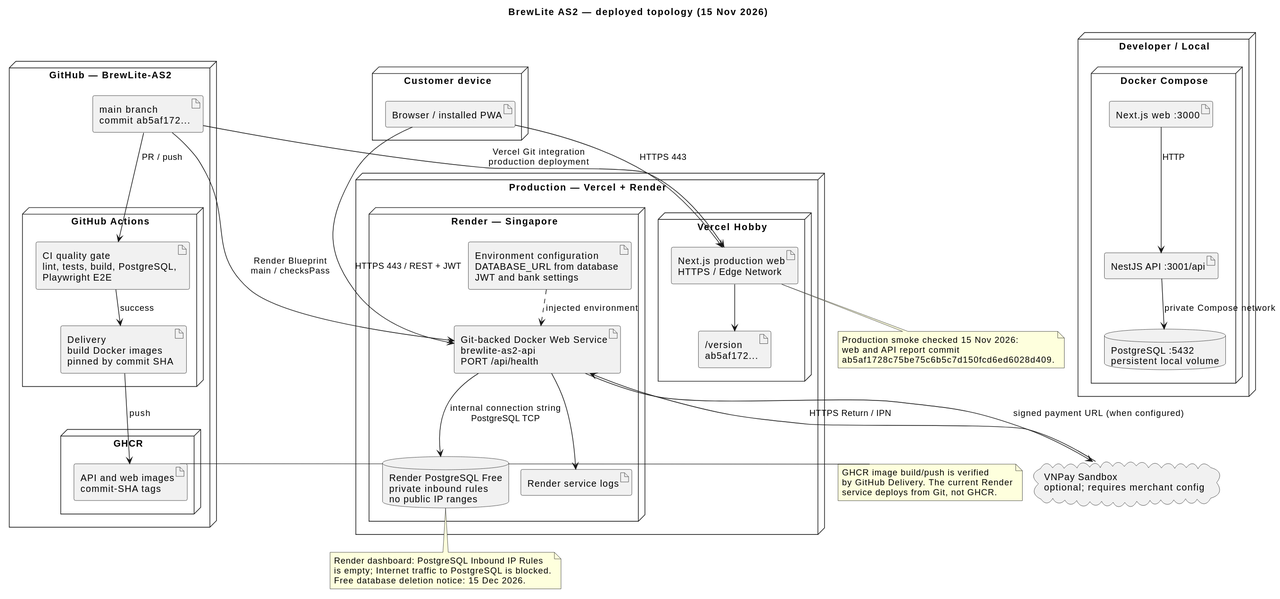
Before: docs/diagrams/deployment.svg, a diagram exported from PlantUML (https-monstiez/BrewLite-AS2).
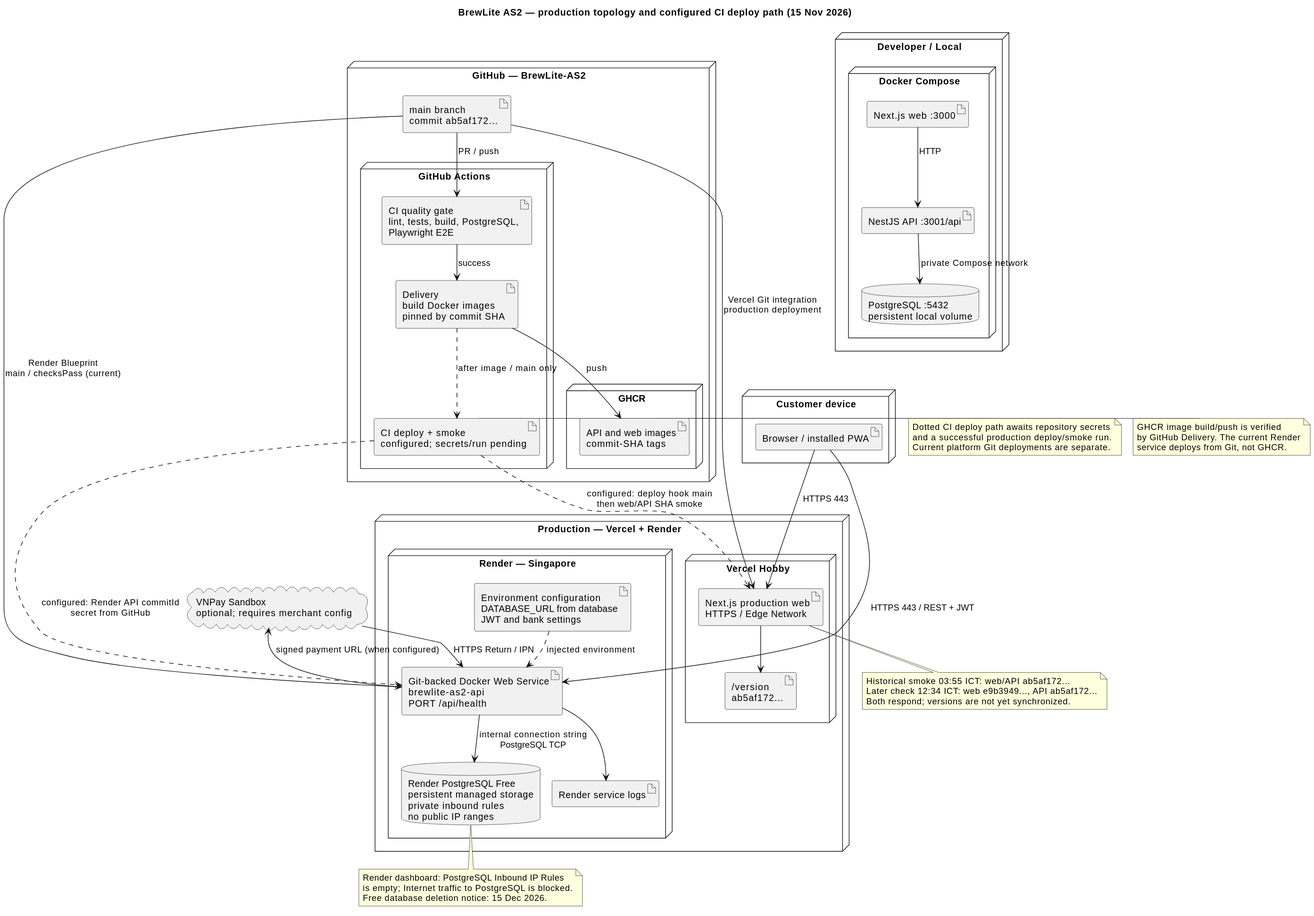
After the commit.

The edit, as a diff of the source:
```diff
@@ -2,7 +2,7 @@
 !pragma layout smetana
 skinparam shadowing false
 skinparam defaultFontName SansSerif
-title BrewLite AS2 — deployed topology (15 Nov 2026)
+title BrewLite AS2 — production topology and configured CI deploy path (15 Nov 2026)
 
 node "Developer / Local" {
   node "Docker Compose" {
@@ -19,6 +19,7 @@
   node "GitHub Actions" {
     artifact "CI quality gate\nlint, tests, build, PostgreSQL,\nPlaywright E2E" as ci
     artifact "Delivery\nbuild Docker images\npinned by commit SHA" as delivery
+    artifact "CI deploy + smoke\nconfigured; secrets/run pending" as cideploy
   }
   node "GHCR" {
     artifact "API and web images\ncommit-SHA tags" as images
@@ -36,7 +37,7 @@
   }
   node "Render — Singapore" {
     artifact "Git-backed Docker Web Service\nbrewlite-as2-api\nPORT /api/health" as api
-    database "Render PostgreSQL Free\nprivate inbound rules\nno public IP ranges" as db
+    database "Render PostgreSQL Free\npersistent managed storage\nprivate inbound rules\nno public IP ranges" as db
     artifact "Environment configuration\nDATABASE_URL from database\nJWT and bank settings" as secrets
     artifact "Render service logs" as logs
     api --> db : internal connection string\nPostgreSQL TCP
@@ -44,7 +45,10 @@
     api --> logs
   }
   source --> web : Vercel Git integration\nproduction deployment
-  source --> api : Render Blueprint\nmain / checksPass
+  source --> api : Render Blueprint\nmain / checksPass (current)
+  delivery ..> cideploy : after image / main only
+  cideploy ..> api : configured: Render API commitId\nsecret from GitHub
+  cideploy ..> web : configured: deploy hook main\nthen web/API SHA smoke
 }
 
 node "Customer device" {
@@ -57,6 +61,11 @@
 api --> vnp : signed payment URL (when configured)
 vnp --> api : HTTPS Return / IPN
 
+note right of cideploy
+Dotted CI deploy path awaits repository secrets
+and a successful production deploy/smoke run.
+Current platform Git deployments are separate.
+end note
 note right of images
 GHCR image build/push is verified
 by GitHub Delivery. The current Render
@@ -68,8 +77,8 @@
 Free database deletion notice: 15 Dec 2026.
 end note
 note bottom of web
-Production smoke checked 15 Nov 2026:
-web and API report commit
-ab5af1728c75be75c6b5c7d150fcd6ed6028d409.
+Historical smoke 03:55 ICT: web/API ab5af172...
+Later check 12:34 ICT: web e9b3949..., API ab5af172...
+Both respond; versions are not yet synchronized.
 end note
 @enduml
```
